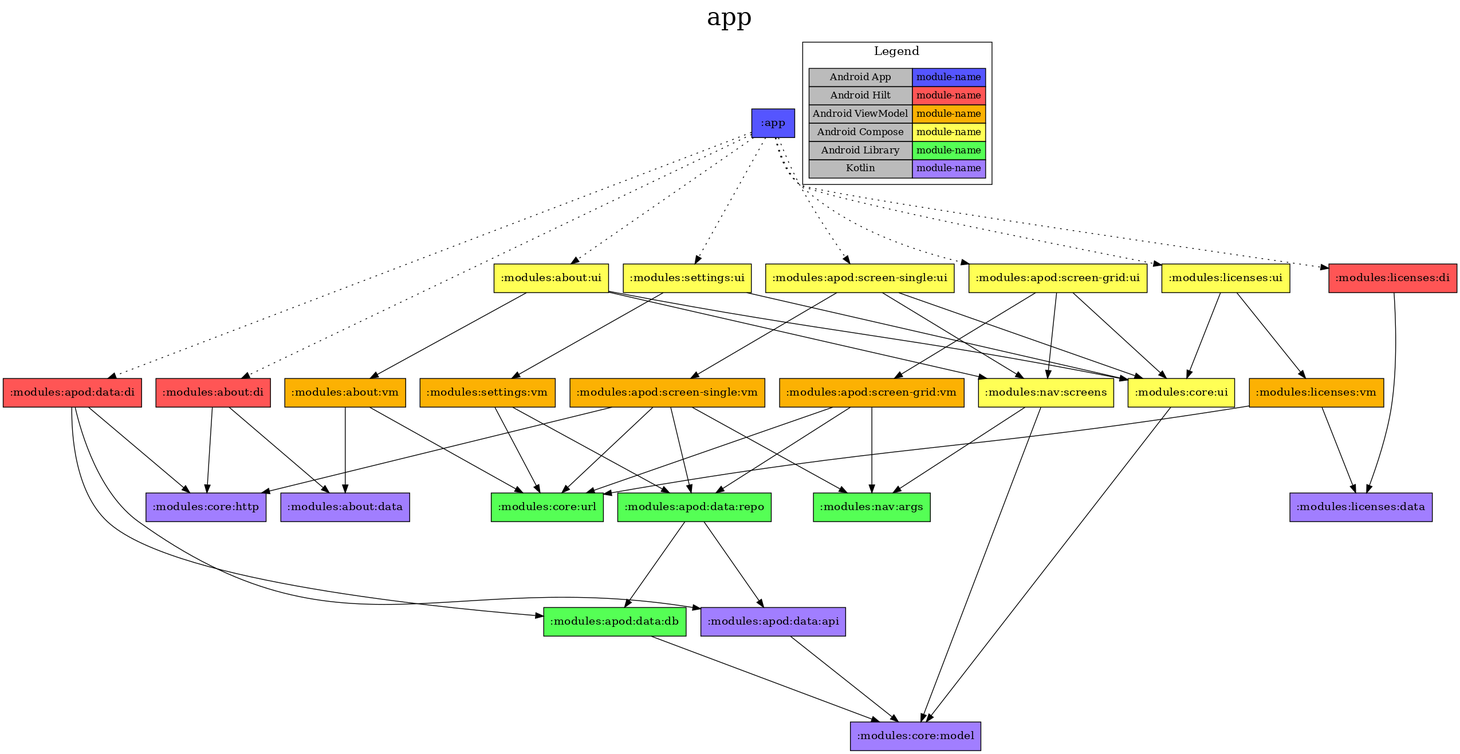
Above: app/project-dependency-graph.png in jonapoul/nasa-android (Graphviz), before the change. Its source is kept beside it as app/project-dependency-graph.dot.
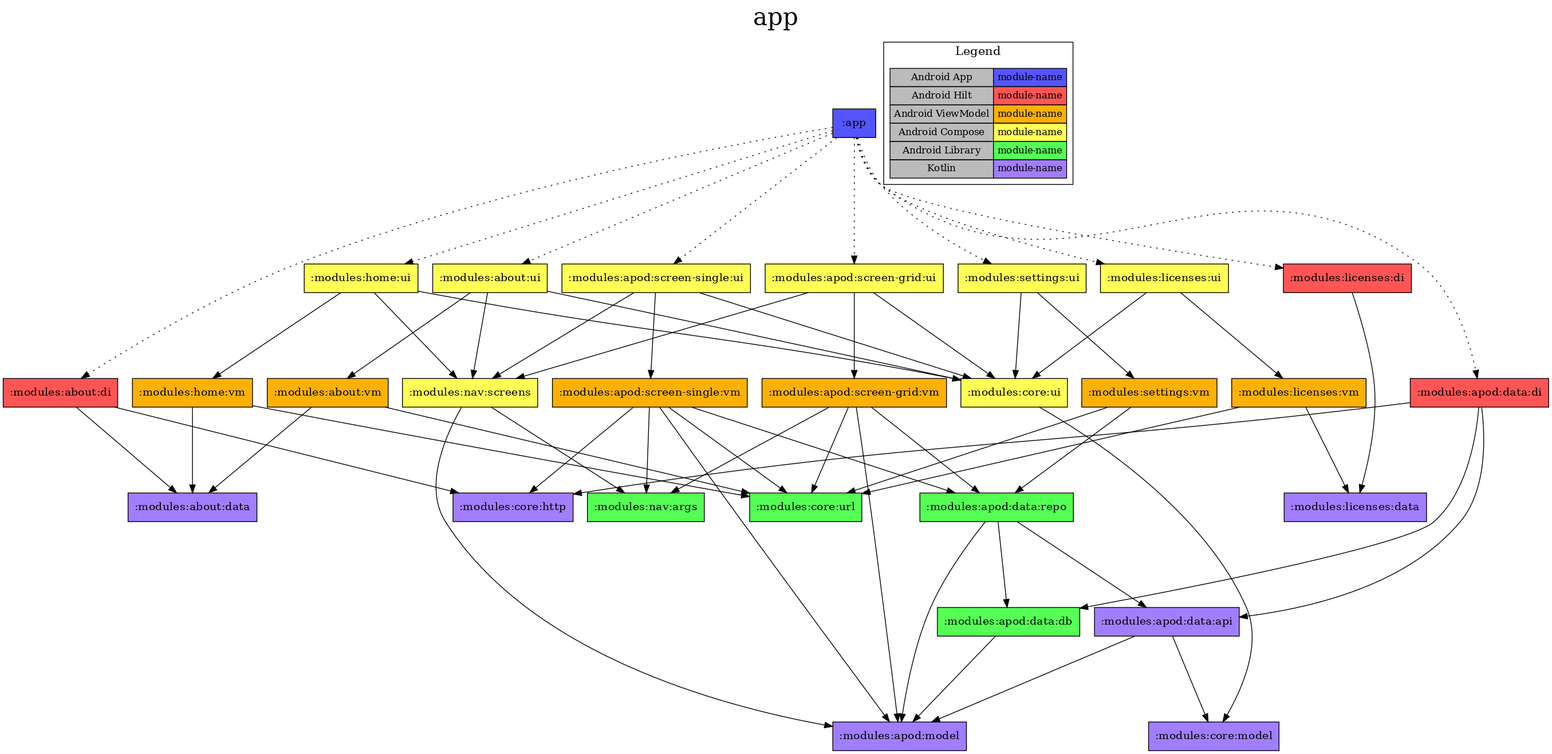
Later version of the same file.

Diff of the diagram source:
```diff
@@ -12,6 +12,7 @@
 ":modules:core:ui" ["fillcolor"="#FFFF55","shape"="box"]
 ":modules:core:model" ["fillcolor"="#A17EFF","shape"="box"]
 ":modules:nav:screens" ["fillcolor"="#FFFF55","shape"="box"]
+":modules:apod:model" ["fillcolor"="#A17EFF","shape"="box"]
 ":modules:nav:args" ["fillcolor"="#55FF55","shape"="box"]
 ":modules:apod:data:di" ["fillcolor"="#FF5555","shape"="box"]
 ":modules:apod:data:api" ["fillcolor"="#A17EFF","shape"="box"]
@@ -21,6 +22,8 @@
 ":modules:apod:data:repo" ["fillcolor"="#55FF55","shape"="box"]
 ":modules:apod:screen-single:ui" ["fillcolor"="#FFFF55","shape"="box"]
 ":modules:apod:screen-single:vm" ["fillcolor"="#FCB103","shape"="box"]
+":modules:home:ui" ["fillcolor"="#FFFF55","shape"="box"]
+":modules:home:vm" ["fillcolor"="#FCB103","shape"="box"]
 ":modules:licenses:di" ["fillcolor"="#FF5555","shape"="box"]
 ":modules:licenses:data" ["fillcolor"="#A17EFF","shape"="box"]
 ":modules:licenses:ui" ["fillcolor"="#FFFF55","shape"="box"]
@@ -51,6 +54,7 @@
 ":app" -> ":modules:apod:data:di" ["style"="dotted"]
 ":app" -> ":modules:apod:screen-grid:ui" ["style"="dotted"]
 ":app" -> ":modules:apod:screen-single:ui" ["style"="dotted"]
+":app" -> ":modules:home:ui" ["style"="dotted"]
 ":app" -> ":modules:licenses:di" ["style"="dotted"]
 ":app" -> ":modules:licenses:ui" ["style"="dotted"]
 ":app" -> ":modules:settings:ui" ["style"="dotted"]
@@ -62,28 +66,37 @@
 ":modules:about:vm" -> ":modules:about:data"
 ":modules:about:vm" -> ":modules:core:url"
 ":modules:core:ui" -> ":modules:core:model"
+":modules:nav:screens" -> ":modules:apod:model"
 ":modules:nav:screens" -> ":modules:nav:args"
-":modules:nav:screens" -> ":modules:core:model"
 ":modules:apod:data:di" -> ":modules:apod:data:api"
 ":modules:apod:data:di" -> ":modules:apod:data:db"
 ":modules:apod:data:di" -> ":modules:core:http"
+":modules:apod:data:api" -> ":modules:apod:model"
 ":modules:apod:data:api" -> ":modules:core:model"
-":modules:apod:data:db" -> ":modules:core:model"
+":modules:apod:data:db" -> ":modules:apod:model"
 ":modules:apod:screen-grid:ui" -> ":modules:apod:screen-grid:vm"
 ":modules:apod:screen-grid:ui" -> ":modules:core:ui"
 ":modules:apod:screen-grid:ui" -> ":modules:nav:screens"
 ":modules:apod:screen-grid:vm" -> ":modules:apod:data:repo"
+":modules:apod:screen-grid:vm" -> ":modules:apod:model"
 ":modules:apod:screen-grid:vm" -> ":modules:core:url"
 ":modules:apod:screen-grid:vm" -> ":modules:nav:args"
 ":modules:apod:data:repo" -> ":modules:apod:data:api"
 ":modules:apod:data:repo" -> ":modules:apod:data:db"
+":modules:apod:data:repo" -> ":modules:apod:model"
 ":modules:apod:screen-single:ui" -> ":modules:apod:screen-single:vm"
 ":modules:apod:screen-single:ui" -> ":modules:core:ui"
 ":modules:apod:screen-single:ui" -> ":modules:nav:screens"
 ":modules:apod:screen-single:vm" -> ":modules:apod:data:repo"
+":modules:apod:screen-single:vm" -> ":modules:apod:model"
 ":modules:apod:screen-single:vm" -> ":modules:core:http"
 ":modules:apod:screen-single:vm" -> ":modules:core:url"
 ":modules:apod:screen-single:vm" -> ":modules:nav:args"
+":modules:home:ui" -> ":modules:home:vm"
+":modules:home:ui" -> ":modules:core:ui"
+":modules:home:ui" -> ":modules:nav:screens"
+":modules:home:vm" -> ":modules:about:data"
+":modules:home:vm" -> ":modules:core:url"
 ":modules:licenses:di" -> ":modules:licenses:data"
 ":modules:licenses:ui" -> ":modules:core:ui"
 ":modules:licenses:ui" -> ":modules:licenses:vm"
```
